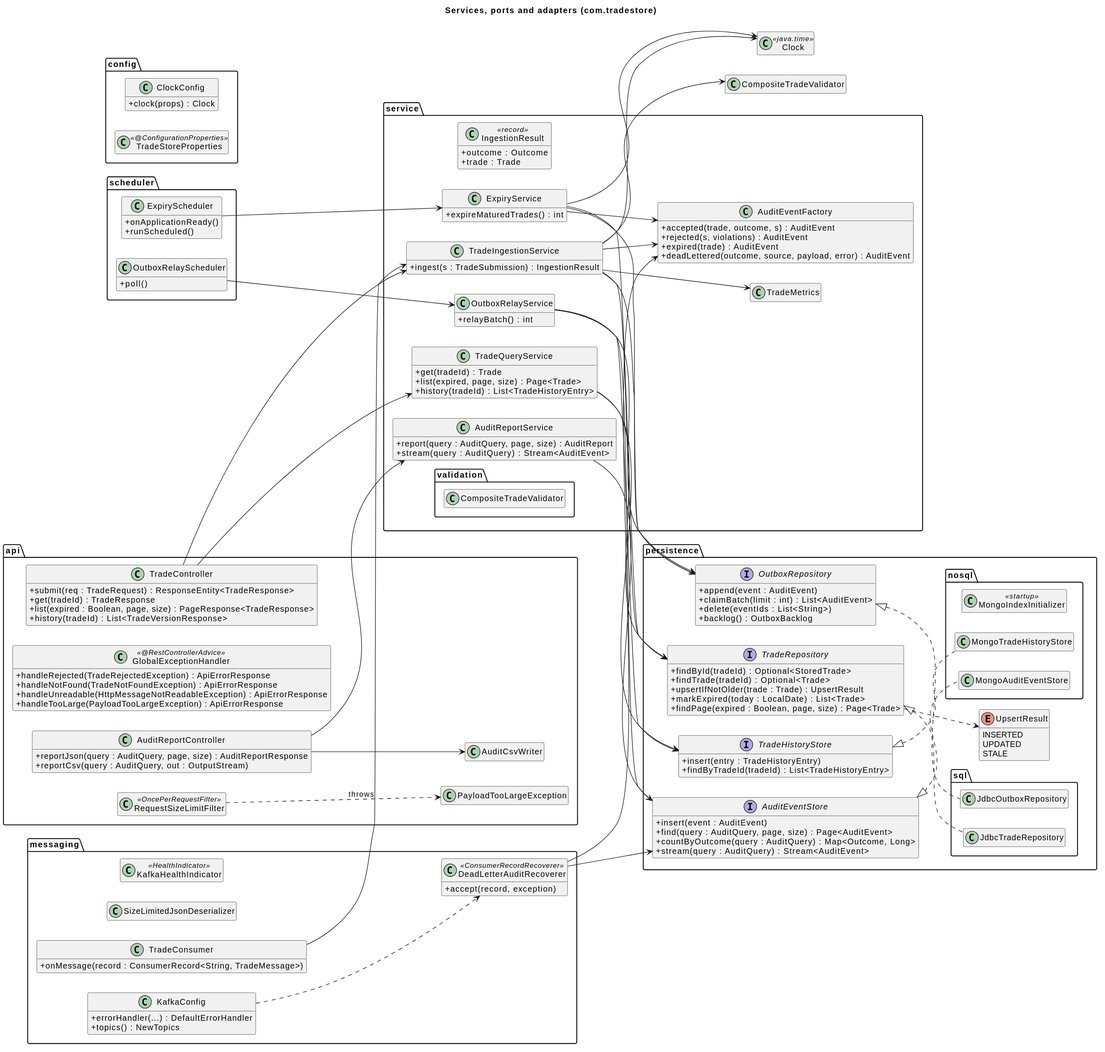
Before: docs/diagrams/out/05-class-components.svg, a diagram exported from PlantUML (kuldipkumar/Trade-store). Source of this version:
```plantuml
@startuml
title Services, ports and adapters (com.tradestore)

skinparam classAttributeIconSize 0
hide empty members
left to right direction

package "api" {
  class TradeController {
    + submit(req : TradeRequest) : ResponseEntity<TradeResponse>
    + get(tradeId) : TradeResponse
    + list(expired : Boolean, page, size) : PageResponse<TradeResponse>
    + history(tradeId) : List<TradeVersionResponse>
  }
  class AuditReportController {
    + reportJson(query : AuditQuery, page, size) : AuditReportResponse
    + reportCsv(query : AuditQuery, out : OutputStream)
  }
  class GlobalExceptionHandler <<@RestControllerAdvice>> {
    + handleRejected(TradeRejectedException) : ApiErrorResponse
    + handleNotFound(TradeNotFoundException) : ApiErrorResponse
    + handleUnreadable(HttpMessageNotReadableException) : ApiErrorResponse
    + handleTooLarge(PayloadTooLargeException) : ApiErrorResponse
  }
  class RequestSizeLimitFilter <<OncePerRequestFilter>>
  class AuditCsvWriter
  class PayloadTooLargeException
  RequestSizeLimitFilter ..> PayloadTooLargeException : throws
}

package "messaging" {
  class TradeConsumer {
    + onMessage(record : ConsumerRecord<String, TradeMessage>)
  }
  class KafkaConfig {
    + errorHandler(...) : DefaultErrorHandler
    + topics() : NewTopics
  }
  class SizeLimitedJsonDeserializer
  class DeadLetterAuditRecoverer <<ConsumerRecordRecoverer>> {
    + accept(record, exception)
  }
  class KafkaHealthIndicator <<HealthIndicator>>
}

package "service" {
  class TradeIngestionService {
    + ingest(s : TradeSubmission) : IngestionResult
  }
  class TradeQueryService {
    + get(tradeId) : Trade
    + list(expired, page, size) : Page<Trade>
    + history(tradeId) : List<TradeHistoryEntry>
  }
  class ExpiryService {
    + expireMaturedTrades() : int
  }
  class OutboxRelayService {
    + relayBatch() : int
  }
  class AuditReportService {
    + report(query : AuditQuery, page, size) : AuditReport
    + stream(query : AuditQuery) : Stream<AuditEvent>
  }
  class AuditEventFactory {
    + accepted(trade, outcome, s) : AuditEvent
    + rejected(s, violations) : AuditEvent
    + expired(trade) : AuditEvent
    + deadLettered(outcome, source, payload, error) : AuditEvent
  }
  class TradeMetrics
  class IngestionResult <<record>> {
    + outcome : Outcome
    + trade : Trade
  }
}

package "persistence" {
  interface TradeRepository {
    + findById(tradeId) : Optional<StoredTrade>
    + findTrade(tradeId) : Optional<Trade>
    + upsertIfNotOlder(trade : Trade) : UpsertResult
    + markExpired(today : LocalDate) : List<Trade>
    + findPage(expired : Boolean, page, size) : Page<Trade>
  }
  enum UpsertResult {
    INSERTED
    UPDATED
    STALE
  }
  interface OutboxRepository {
    + append(event : AuditEvent)
    + claimBatch(limit : int) : List<AuditEvent>
    + delete(eventIds : List<String>)
    + backlog() : OutboxBacklog
  }
  interface AuditEventStore {
    + insert(event : AuditEvent)
    + find(query : AuditQuery, page, size) : Page<AuditEvent>
    + countByOutcome(query : AuditQuery) : Map<Outcome, Long>
    + stream(query : AuditQuery) : Stream<AuditEvent>
  }
  interface TradeHistoryStore {
    + insert(entry : TradeHistoryEntry)
    + findByTradeId(tradeId) : List<TradeHistoryEntry>
  }

  package "sql" {
    class JdbcTradeRepository
    class JdbcOutboxRepository
  }
  package "nosql" {
    class MongoAuditEventStore
    class MongoTradeHistoryStore
    class MongoIndexInitializer <<startup>>
  }
}

package "scheduler" {
  class ExpiryScheduler {
    + onApplicationReady()
    + runScheduled()
  }
  class OutboxRelayScheduler {
    + poll()
  }
}

package "config" {
  class TradeStoreProperties <<@ConfigurationProperties>>
  class ClockConfig {
    + clock(props) : Clock
  }
}

TradeController --> TradeIngestionService
TradeController --> TradeQueryService
AuditReportController --> AuditReportService
AuditReportController --> AuditCsvWriter
TradeConsumer --> TradeIngestionService
KafkaConfig ..> DeadLetterAuditRecoverer
DeadLetterAuditRecoverer --> AuditEventStore
DeadLetterAuditRecoverer --> AuditEventFactory

TradeIngestionService --> CompositeTradeValidator
TradeIngestionService --> TradeRepository
TradeIngestionService --> OutboxRepository
TradeIngestionService --> AuditEventFactory
TradeIngestionService --> TradeMetrics
TradeIngestionService --> Clock
TradeQueryService --> TradeRepository
TradeQueryService --> TradeHistoryStore
ExpiryService --> TradeRepository
ExpiryService --> OutboxRepository
ExpiryService --> AuditEventFactory
ExpiryService --> Clock
OutboxRelayService --> OutboxRepository
OutboxRelayService --> AuditEventStore
OutboxRelayService --> TradeHistoryStore
AuditReportService --> AuditEventStore
ExpiryScheduler --> ExpiryService
OutboxRelayScheduler --> OutboxRelayService

TradeRepository <|.. JdbcTradeRepository
OutboxRepository <|.. JdbcOutboxRepository
AuditEventStore <|.. MongoAuditEventStore
TradeHistoryStore <|.. MongoTradeHistoryStore
TradeRepository ..> UpsertResult

package "service.validation" {
  class CompositeTradeValidator
}
class Clock <<java.time>>
@enduml
```
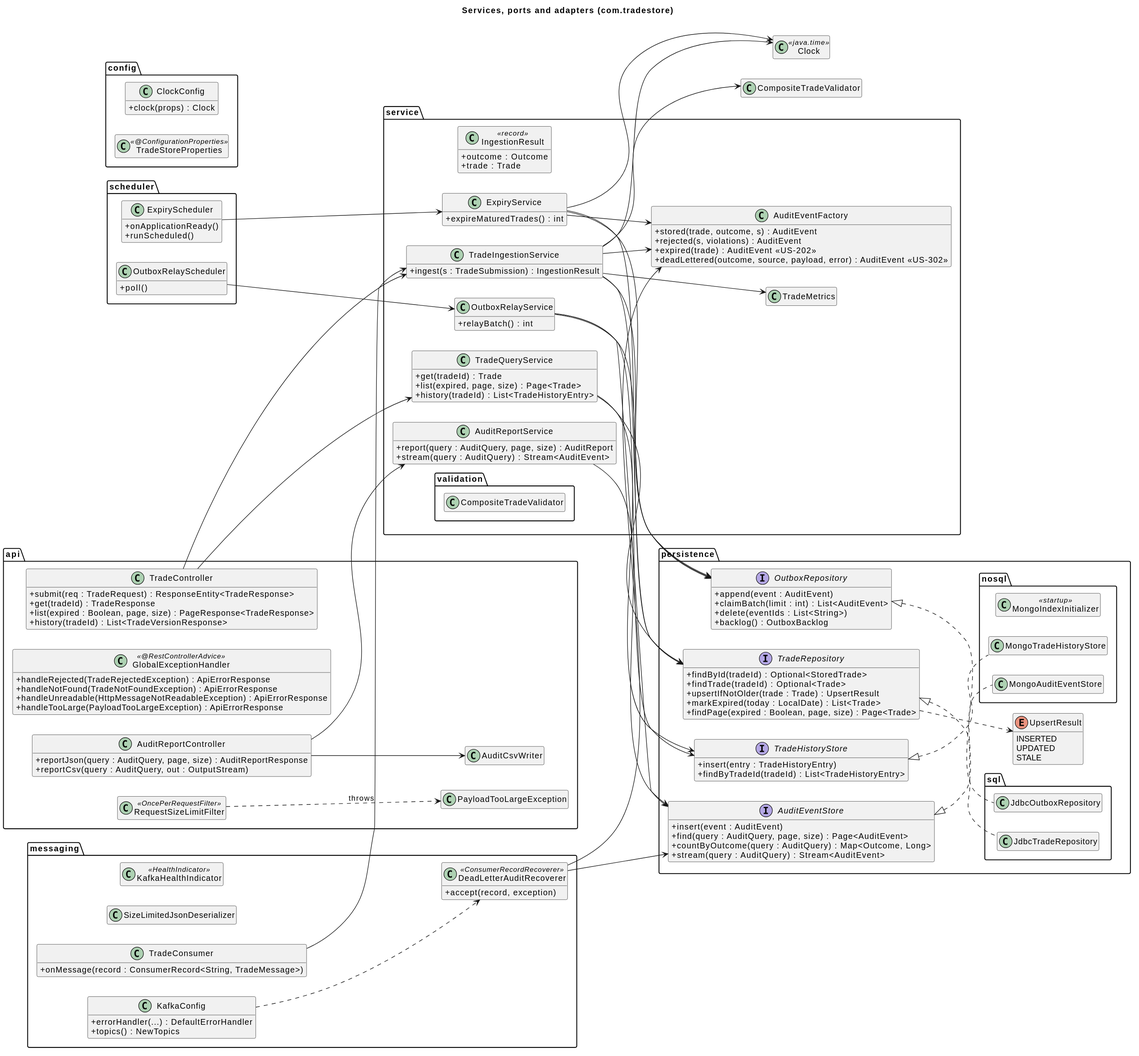
The same file after the commit.

The edit, as a diff of the source:
```diff
@@ -63,10 +63,10 @@
     + stream(query : AuditQuery) : Stream<AuditEvent>
   }
   class AuditEventFactory {
-    + accepted(trade, outcome, s) : AuditEvent
+    + stored(trade, outcome, s) : AuditEvent
     + rejected(s, violations) : AuditEvent
-    + expired(trade) : AuditEvent
-    + deadLettered(outcome, source, payload, error) : AuditEvent
+    + expired(trade) : AuditEvent  <<US-202>>
+    + deadLettered(outcome, source, payload, error) : AuditEvent  <<US-302>>
   }
   class TradeMetrics
   class IngestionResult <<record>> {
```
